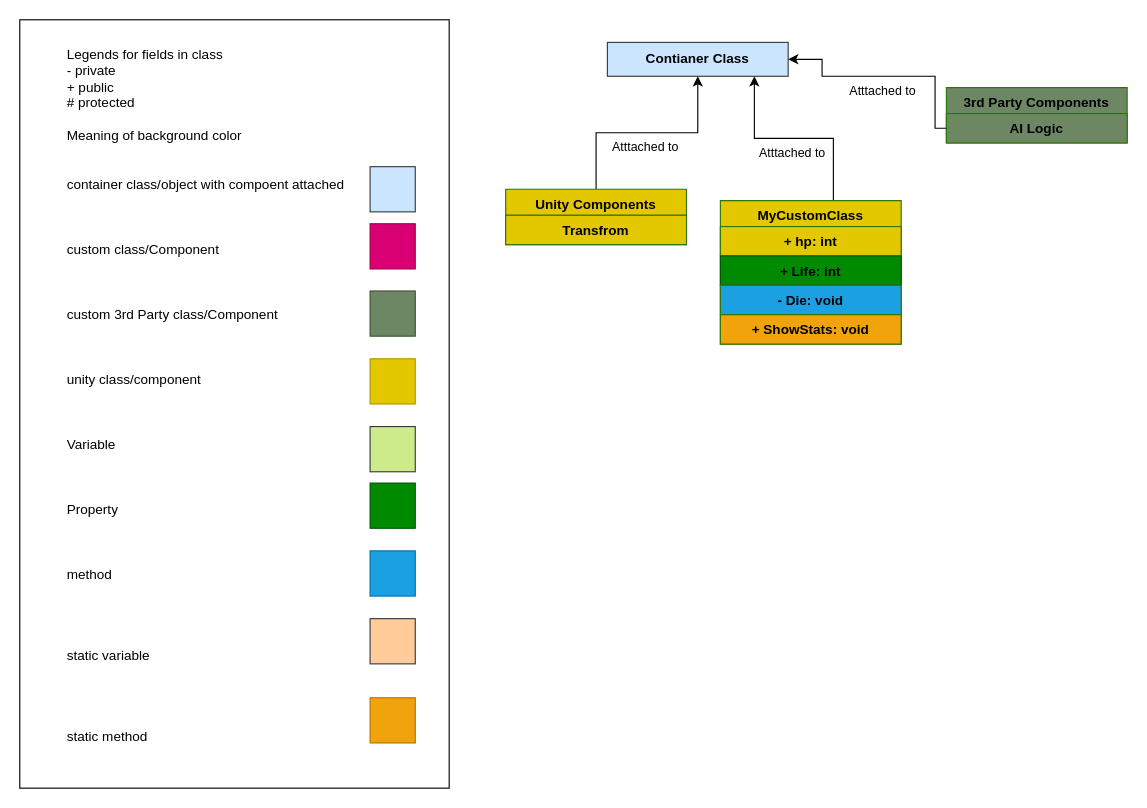
This is Docs/Diagramms/ClassDiagrammBase.drawio from BoolPurist/Sunken-Castle, a draw.io file, before an edit. Source tidied: cells renumbered, new cells numbered last; positions are measured from the earlier drawing's top-left corner, leaving out a move shared by most shapes. Both pictures are drawn from the tidied source at 113%, with x=0, y=0 at pixel (19, 19).
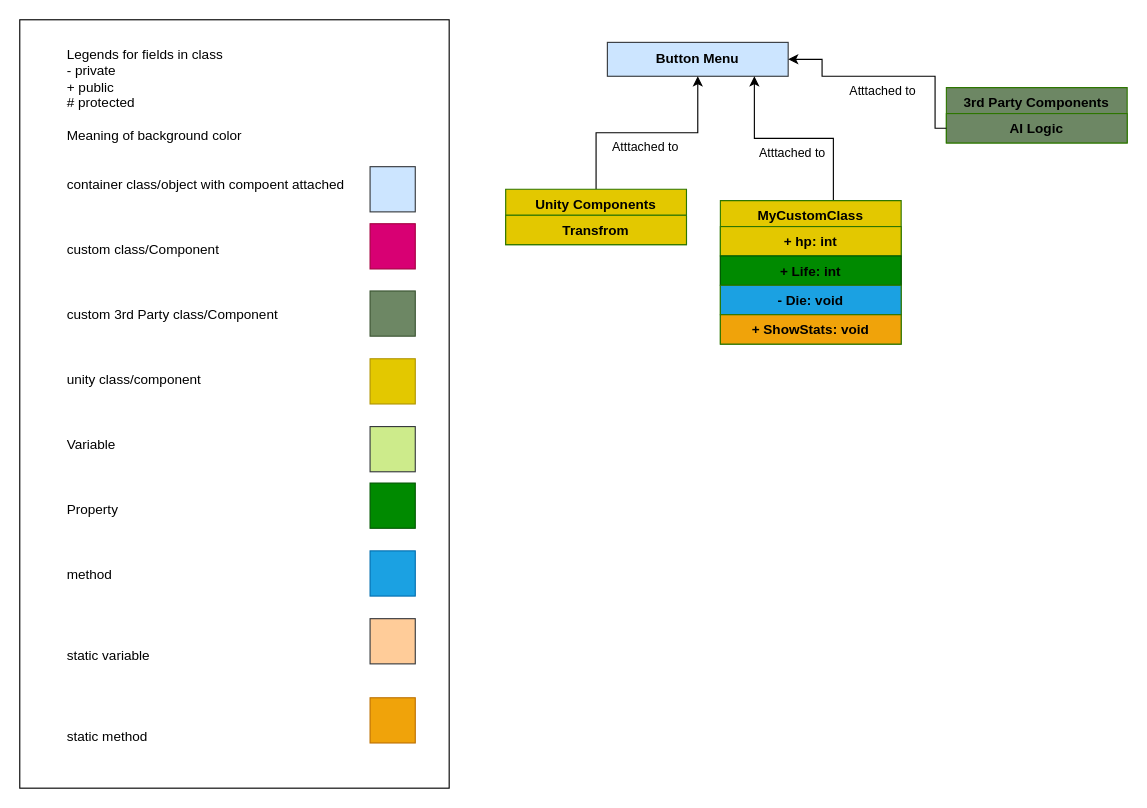
After the change.

Diff of the diagram source:
```diff
@@
-    <mxCell id="12" value="Contianer Class" style="rounded=0;whiteSpace=wrap;html=1;fontColor=#000000;align=center;strokeColor=#36393d;fillColor=#cce5ff;fontStyle=1;" parent="1" vertex="1">
+    <mxCell id="12" value="Button Menu" style="rounded=0;whiteSpace=wrap;html=1;fontColor=#000000;align=center;strokeColor=#36393d;fillColor=#cce5ff;fontStyle=1;" parent="1" vertex="1">
       <mxGeometry x="520" y="20" width="160" height="30" as="geometry" />
     </mxCell>
```
